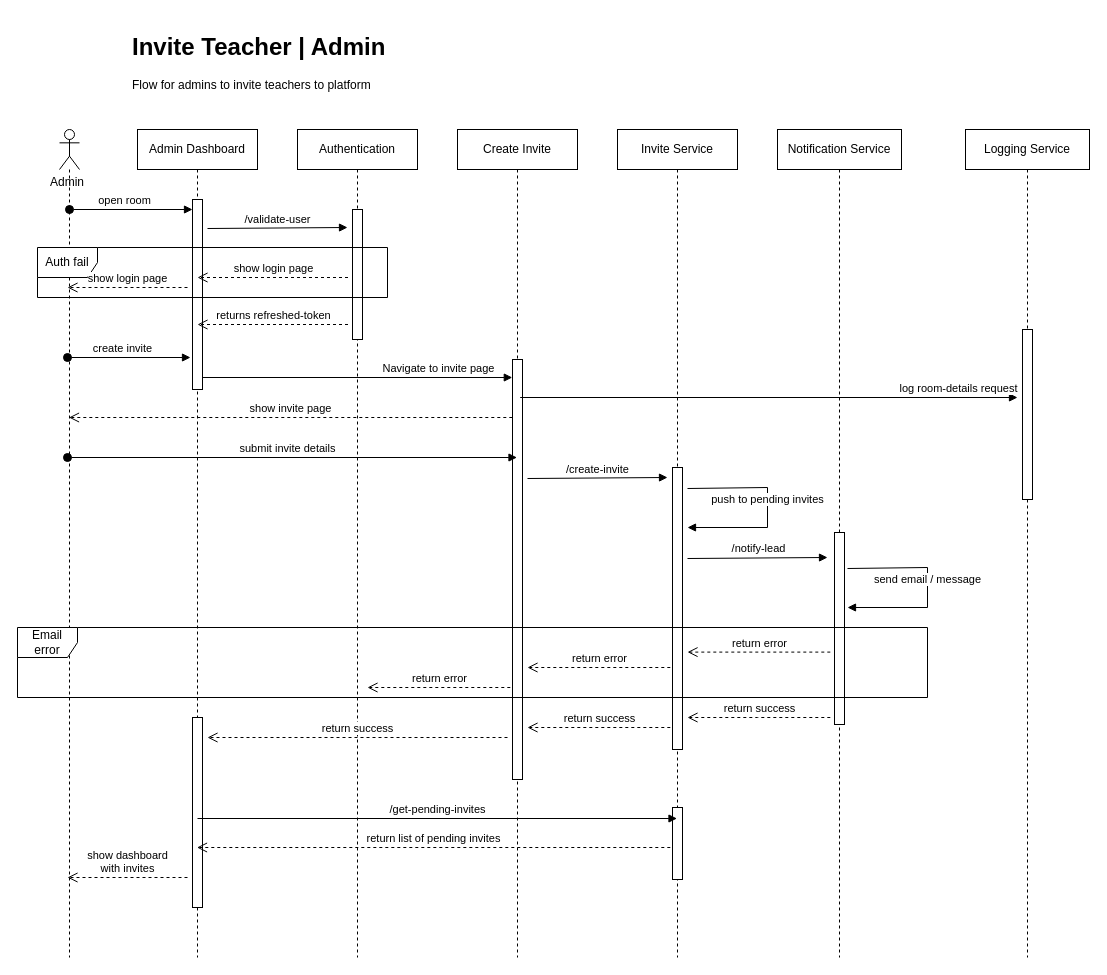
This is page "Invite | Admin" (1 of 8) of docs/assets/Sequence Diagram.drawio from akshayvijaynair/music-academy-docs, a draw.io file, before an edit. Source tidied: cells renumbered, new cells numbered last; positions are measured from the earlier drawing's top-left corner, leaving out a move shared by most shapes. Both pictures are drawn from the tidied source at 100%, with x=0, y=0 at pixel (17, 27).
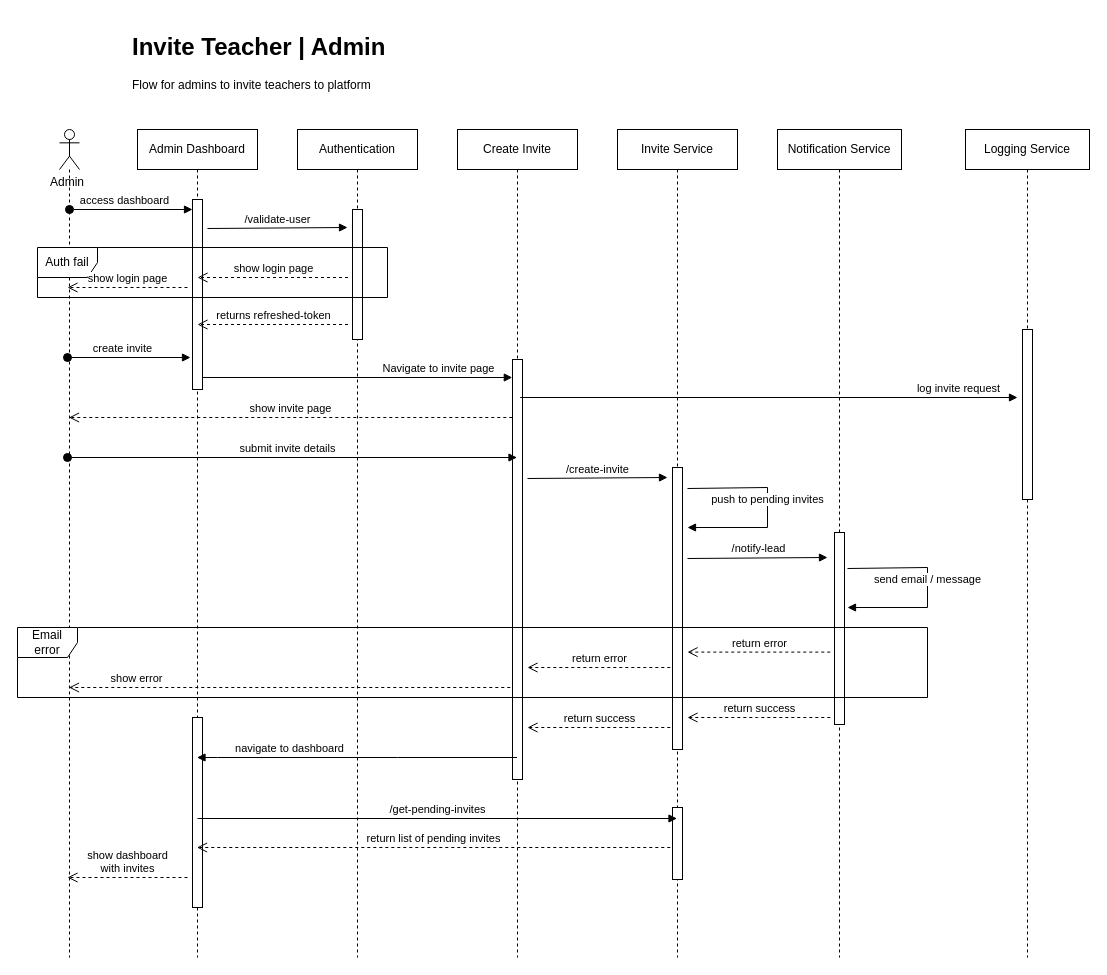
The same diagram, later.

The change refers to these unchanged cells:
```xml
<mxCell id="2" value="Admin Dashboard" style="shape=umlLifeline;perimeter=lifelinePerimeter;whiteSpace=wrap;html=1;outlineConnect=0;portConstraint=eastwest;newEdgeStyle={&quot;edgeStyle&quot;:&quot;elbowEdgeStyle&quot;,&quot;elbow&quot;:&quot;vertical&quot;,&quot;curved&quot;:0,&quot;rounded&quot;:0};" parent="1" vertex="1">
  <mxGeometry x="120" y="102" width="120" height="828" as="geometry" />
</mxCell>
<mxCell id="3" style="html=1;points=[];perimeter=orthogonalPerimeter;outlineConnect=0;targetShapes=umlLifeline;portConstraint=eastwest;newEdgeStyle={&quot;edgeStyle&quot;:&quot;elbowEdgeStyle&quot;,&quot;elbow&quot;:&quot;vertical&quot;,&quot;curved&quot;:0,&quot;rounded&quot;:0};" parent="2" vertex="1">
  <mxGeometry x="55" y="70" width="10" height="190" as="geometry" />
</mxCell>
<mxCell id="7" style="shape=umlLifeline;perimeter=lifelinePerimeter;whiteSpace=wrap;html=1;outlineConnect=0;portConstraint=eastwest;newEdgeStyle={&quot;curved&quot;:0,&quot;rounded&quot;:0};participant=umlActor;" parent="1" vertex="1">
  <mxGeometry x="42" y="102" width="20" height="828" as="geometry" />
</mxCell>
<mxCell id="19" value="Create Invite" style="shape=umlLifeline;perimeter=lifelinePerimeter;whiteSpace=wrap;html=1;outlineConnect=0;portConstraint=eastwest;newEdgeStyle={&quot;edgeStyle&quot;:&quot;elbowEdgeStyle&quot;,&quot;elbow&quot;:&quot;vertical&quot;,&quot;curved&quot;:0,&quot;rounded&quot;:0};" parent="1" vertex="1">
  <mxGeometry x="440" y="102" width="120" height="828" as="geometry" />
</mxCell>
```

The edit, as a diff of the source:
```diff
@@
-    <mxCell id="8" value="open room" style="html=1;verticalAlign=bottom;startArrow=oval;startFill=1;endArrow=block;startSize=8;curved=0;rounded=0;" parent="1" edge="1" target="3">
+    <mxCell id="8" value="access dashboard" style="html=1;verticalAlign=bottom;startArrow=oval;startFill=1;endArrow=block;startSize=8;curved=0;rounded=0;" parent="1" edge="1" target="3">
       <mxGeometry x="-0.11" relative="1" as="geometry">
         <mxPoint x="52" y="182" as="sourcePoint" />
       </mxGeometry>
     </mxCell>
@@
-    <mxCell id="26" value="log room-details request" style="html=1;verticalAlign=bottom;endArrow=block;curved=0;rounded=0;" parent="1" edge="1">
+    <mxCell id="26" value="log invite request" style="html=1;verticalAlign=bottom;endArrow=block;curved=0;rounded=0;" parent="1" edge="1">
       <mxGeometry x="0.76" relative="1" as="geometry">
         <mxPoint x="502.7" y="370" as="sourcePoint" />
         <mxPoint x="1000" y="370" as="targetPoint" />
       </mxGeometry>
     </mxCell>
@@
-    <mxCell id="37" value="return success" style="html=1;verticalAlign=bottom;endArrow=open;dashed=1;endSize=8;curved=0;rounded=0;" parent="1" edge="1">
-      <mxGeometry relative="1" as="geometry">
-        <mxPoint x="490" y="710" as="sourcePoint" />
-        <mxPoint x="190" y="710" as="targetPoint" />
-      </mxGeometry>
-    </mxCell>
@@
-    <mxCell id="43" value="return error" style="html=1;verticalAlign=bottom;endArrow=open;dashed=1;endSize=8;curved=0;rounded=0;" parent="1" edge="1">
-      <mxGeometry relative="1" as="geometry">
+    <mxCell id="43" value="show error" style="html=1;verticalAlign=bottom;endArrow=open;dashed=1;endSize=8;curved=0;rounded=0;" parent="1" edge="1" target="7">
+      <mxGeometry x="0.69" relative="1" as="geometry">
         <mxPoint x="492.8" y="660" as="sourcePoint" />
-        <mxPoint x="350" y="660" as="targetPoint" />
+        <mxPoint x="-1" as="offset" />
       </mxGeometry>
     </mxCell>
@@
+    <mxCell id="46" value="navigate to dashboard" style="html=1;verticalAlign=bottom;endArrow=block;curved=0;rounded=0;" parent="1" edge="1" source="19" target="2">
+      <mxGeometry x="0.43" relative="1" as="geometry">
+        <Array as="points">
+          <mxPoint x="380" y="730" />
+          <mxPoint x="200" y="730" />
+        </Array>
+        <mxPoint x="1" as="offset" />
+      </mxGeometry>
+    </mxCell>
```
